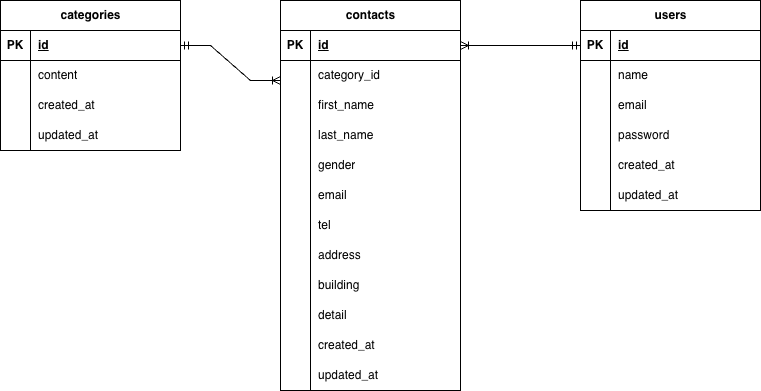
Earlier version of the draw.io export docs/index.drawio.png (S-Uchiyama/test_contact-form). Source tidied: cells renumbered, new cells last; positions are measured from the earlier drawing's top-left corner, leaving out a move shared by most shapes. The source it was exported from:
```xml
<mxGraphModel>
  <root>
    <mxCell id="0" />
    <mxCell id="1" parent="0" />
    <mxCell id="2" value="contacts" style="shape=table;startSize=30;rowLines=0;fontStyle=1;align=center;html=1;" parent="1" vertex="1">
      <mxGeometry x="280" width="180" height="390" as="geometry" />
    </mxCell>
    <mxCell id="3" style="shape=tableRow;horizontal=0;startSize=0;swimlaneHead=0;swimlaneBody=0;fillColor=none;points=[[0,0.5],[1,0.5]];portConstraint=eastwest;top=0;left=0;right=0;bottom=1;" parent="2" vertex="1">
      <mxGeometry y="30" width="180" height="30" as="geometry" />
    </mxCell>
    <mxCell id="4" value="PK" style="shape=partialRectangle;fillColor=none;top=0;left=0;bottom=0;right=0;fontStyle=1;overflow=hidden;whiteSpace=wrap;html=1;" parent="3" vertex="1">
      <mxGeometry width="30" height="30" as="geometry" />
    </mxCell>
    <mxCell id="5" value="id" style="shape=partialRectangle;fillColor=none;top=0;left=0;bottom=0;right=0;align=left;spacingLeft=6;fontStyle=5;overflow=hidden;whiteSpace=wrap;html=1;" parent="3" vertex="1">
      <mxGeometry x="30" width="150" height="30" as="geometry" />
    </mxCell>
    <mxCell id="6" style="shape=tableRow;horizontal=0;startSize=0;swimlaneHead=0;swimlaneBody=0;fillColor=none;top=0;left=0;right=0;bottom=0;" parent="2" vertex="1">
      <mxGeometry y="60" width="180" height="30" as="geometry" />
    </mxCell>
    <mxCell id="7" style="shape=partialRectangle;fillColor=none;top=0;left=0;bottom=0;right=0;overflow=hidden;whiteSpace=wrap;html=1;" parent="6" vertex="1">
      <mxGeometry width="30" height="30" as="geometry" />
    </mxCell>
    <mxCell id="8" value="category_id" style="shape=partialRectangle;fillColor=none;top=0;left=0;bottom=0;right=0;align=left;spacingLeft=6;overflow=hidden;whiteSpace=wrap;html=1;" parent="6" vertex="1">
      <mxGeometry x="30" width="150" height="30" as="geometry" />
    </mxCell>
    <mxCell id="9" style="shape=tableRow;horizontal=0;startSize=0;swimlaneHead=0;swimlaneBody=0;fillColor=none;top=0;left=0;right=0;bottom=0;" parent="2" vertex="1">
      <mxGeometry y="90" width="180" height="30" as="geometry" />
    </mxCell>
    <mxCell id="10" style="shape=partialRectangle;fillColor=none;top=0;left=0;bottom=0;right=0;overflow=hidden;whiteSpace=wrap;html=1;" parent="9" vertex="1">
      <mxGeometry width="30" height="30" as="geometry" />
    </mxCell>
    <mxCell id="11" value="first_name" style="shape=partialRectangle;fillColor=none;top=0;left=0;bottom=0;right=0;align=left;spacingLeft=6;overflow=hidden;whiteSpace=wrap;html=1;" parent="9" vertex="1">
      <mxGeometry x="30" width="150" height="30" as="geometry" />
    </mxCell>
    <mxCell id="12" style="shape=tableRow;horizontal=0;startSize=0;swimlaneHead=0;swimlaneBody=0;fillColor=none;top=0;left=0;right=0;bottom=0;" parent="2" vertex="1">
      <mxGeometry y="120" width="180" height="30" as="geometry" />
    </mxCell>
    <mxCell id="13" style="shape=partialRectangle;fillColor=none;top=0;left=0;bottom=0;right=0;overflow=hidden;whiteSpace=wrap;html=1;" parent="12" vertex="1">
      <mxGeometry width="30" height="30" as="geometry" />
    </mxCell>
    <mxCell id="14" value="last_name" style="shape=partialRectangle;fillColor=none;top=0;left=0;bottom=0;right=0;align=left;spacingLeft=6;overflow=hidden;whiteSpace=wrap;html=1;" parent="12" vertex="1">
      <mxGeometry x="30" width="150" height="30" as="geometry" />
    </mxCell>
    <mxCell id="15" style="shape=tableRow;horizontal=0;startSize=0;swimlaneHead=0;swimlaneBody=0;fillColor=none;top=0;left=0;right=0;bottom=0;" parent="2" vertex="1">
      <mxGeometry y="150" width="180" height="30" as="geometry" />
    </mxCell>
    <mxCell id="16" style="shape=partialRectangle;fillColor=none;top=0;left=0;bottom=0;right=0;overflow=hidden;whiteSpace=wrap;html=1;" parent="15" vertex="1">
      <mxGeometry width="30" height="30" as="geometry" />
    </mxCell>
    <mxCell id="17" value="gender" style="shape=partialRectangle;fillColor=none;top=0;left=0;bottom=0;right=0;align=left;spacingLeft=6;overflow=hidden;whiteSpace=wrap;html=1;" parent="15" vertex="1">
      <mxGeometry x="30" width="150" height="30" as="geometry" />
    </mxCell>
    <mxCell id="18" style="shape=tableRow;horizontal=0;startSize=0;swimlaneHead=0;swimlaneBody=0;fillColor=none;top=0;left=0;right=0;bottom=0;" parent="2" vertex="1">
      <mxGeometry y="180" width="180" height="30" as="geometry" />
    </mxCell>
    <mxCell id="19" style="shape=partialRectangle;fillColor=none;top=0;left=0;bottom=0;right=0;overflow=hidden;whiteSpace=wrap;html=1;" parent="18" vertex="1">
      <mxGeometry width="30" height="30" as="geometry" />
    </mxCell>
    <mxCell id="20" value="email" style="shape=partialRectangle;fillColor=none;top=0;left=0;bottom=0;right=0;align=left;spacingLeft=6;overflow=hidden;whiteSpace=wrap;html=1;" parent="18" vertex="1">
      <mxGeometry x="30" width="150" height="30" as="geometry" />
    </mxCell>
    <mxCell id="21" style="shape=tableRow;horizontal=0;startSize=0;swimlaneHead=0;swimlaneBody=0;fillColor=none;top=0;left=0;right=0;bottom=0;" parent="2" vertex="1">
      <mxGeometry y="210" width="180" height="30" as="geometry" />
    </mxCell>
    <mxCell id="22" style="shape=partialRectangle;fillColor=none;top=0;left=0;bottom=0;right=0;overflow=hidden;whiteSpace=wrap;html=1;" parent="21" vertex="1">
      <mxGeometry width="30" height="30" as="geometry" />
    </mxCell>
    <mxCell id="23" value="tel" style="shape=partialRectangle;fillColor=none;top=0;left=0;bottom=0;right=0;align=left;spacingLeft=6;overflow=hidden;whiteSpace=wrap;html=1;" parent="21" vertex="1">
      <mxGeometry x="30" width="150" height="30" as="geometry" />
    </mxCell>
    <mxCell id="24" style="shape=tableRow;horizontal=0;startSize=0;swimlaneHead=0;swimlaneBody=0;fillColor=none;top=0;left=0;right=0;bottom=0;" parent="2" vertex="1">
      <mxGeometry y="240" width="180" height="30" as="geometry" />
    </mxCell>
    <mxCell id="25" style="shape=partialRectangle;fillColor=none;top=0;left=0;bottom=0;right=0;overflow=hidden;whiteSpace=wrap;html=1;" parent="24" vertex="1">
      <mxGeometry width="30" height="30" as="geometry" />
    </mxCell>
    <mxCell id="26" value="address" style="shape=partialRectangle;fillColor=none;top=0;left=0;bottom=0;right=0;align=left;spacingLeft=6;overflow=hidden;whiteSpace=wrap;html=1;" parent="24" vertex="1">
      <mxGeometry x="30" width="150" height="30" as="geometry" />
    </mxCell>
    <mxCell id="27" style="shape=tableRow;horizontal=0;startSize=0;swimlaneHead=0;swimlaneBody=0;fillColor=none;top=0;left=0;right=0;bottom=0;" parent="2" vertex="1">
      <mxGeometry y="270" width="180" height="30" as="geometry" />
    </mxCell>
    <mxCell id="28" style="shape=partialRectangle;fillColor=none;top=0;left=0;bottom=0;right=0;overflow=hidden;whiteSpace=wrap;html=1;" parent="27" vertex="1">
      <mxGeometry width="30" height="30" as="geometry" />
    </mxCell>
    <mxCell id="29" value="building" style="shape=partialRectangle;fillColor=none;top=0;left=0;bottom=0;right=0;align=left;spacingLeft=6;overflow=hidden;whiteSpace=wrap;html=1;" parent="27" vertex="1">
      <mxGeometry x="30" width="150" height="30" as="geometry" />
    </mxCell>
    <mxCell id="30" style="shape=tableRow;horizontal=0;startSize=0;swimlaneHead=0;swimlaneBody=0;fillColor=none;top=0;left=0;right=0;bottom=0;" parent="2" vertex="1">
      <mxGeometry y="300" width="180" height="30" as="geometry" />
    </mxCell>
    <mxCell id="31" style="shape=partialRectangle;fillColor=none;top=0;left=0;bottom=0;right=0;overflow=hidden;whiteSpace=wrap;html=1;" parent="30" vertex="1">
      <mxGeometry width="30" height="30" as="geometry" />
    </mxCell>
    <mxCell id="32" value="detail" style="shape=partialRectangle;fillColor=none;top=0;left=0;bottom=0;right=0;align=left;spacingLeft=6;overflow=hidden;whiteSpace=wrap;html=1;" parent="30" vertex="1">
      <mxGeometry x="30" width="150" height="30" as="geometry" />
    </mxCell>
    <mxCell id="33" style="shape=tableRow;horizontal=0;startSize=0;swimlaneHead=0;swimlaneBody=0;fillColor=none;top=0;left=0;right=0;bottom=0;" parent="2" vertex="1">
      <mxGeometry y="330" width="180" height="30" as="geometry" />
    </mxCell>
    <mxCell id="34" style="shape=partialRectangle;fillColor=none;top=0;left=0;bottom=0;right=0;overflow=hidden;whiteSpace=wrap;html=1;" parent="33" vertex="1">
      <mxGeometry width="30" height="30" as="geometry" />
    </mxCell>
    <mxCell id="35" value="created_at" style="shape=partialRectangle;fillColor=none;top=0;left=0;bottom=0;right=0;align=left;spacingLeft=6;overflow=hidden;whiteSpace=wrap;html=1;" parent="33" vertex="1">
      <mxGeometry x="30" width="150" height="30" as="geometry" />
    </mxCell>
    <mxCell id="36" style="shape=tableRow;horizontal=0;startSize=0;swimlaneHead=0;swimlaneBody=0;fillColor=none;top=0;left=0;right=0;bottom=0;" parent="2" vertex="1">
      <mxGeometry y="360" width="180" height="30" as="geometry" />
    </mxCell>
    <mxCell id="37" style="shape=partialRectangle;fillColor=none;top=0;left=0;bottom=0;right=0;overflow=hidden;whiteSpace=wrap;html=1;" parent="36" vertex="1">
      <mxGeometry width="30" height="30" as="geometry" />
    </mxCell>
    <mxCell id="38" value="updated_at" style="shape=partialRectangle;fillColor=none;top=0;left=0;bottom=0;right=0;align=left;spacingLeft=6;overflow=hidden;whiteSpace=wrap;html=1;" parent="36" vertex="1">
      <mxGeometry x="30" width="150" height="30" as="geometry" />
    </mxCell>
    <mxCell id="39" value="categories" style="shape=table;startSize=30;rowLines=0;fontStyle=1;align=center;html=1;" parent="1" vertex="1">
      <mxGeometry width="180" height="150" as="geometry" />
    </mxCell>
    <mxCell id="40" style="shape=tableRow;horizontal=0;startSize=0;swimlaneHead=0;swimlaneBody=0;fillColor=none;points=[[0,0.5],[1,0.5]];portConstraint=eastwest;top=0;left=0;right=0;bottom=1;" parent="39" vertex="1">
      <mxGeometry y="30" width="180" height="30" as="geometry" />
    </mxCell>
    <mxCell id="41" value="PK" style="shape=partialRectangle;fillColor=none;top=0;left=0;bottom=0;right=0;fontStyle=1;overflow=hidden;whiteSpace=wrap;html=1;" parent="40" vertex="1">
      <mxGeometry width="30" height="30" as="geometry" />
    </mxCell>
    <mxCell id="42" value="id" style="shape=partialRectangle;fillColor=none;top=0;left=0;bottom=0;right=0;align=left;spacingLeft=6;fontStyle=5;overflow=hidden;whiteSpace=wrap;html=1;" parent="40" vertex="1">
      <mxGeometry x="30" width="150" height="30" as="geometry" />
    </mxCell>
    <mxCell id="43" style="shape=tableRow;horizontal=0;startSize=0;swimlaneHead=0;swimlaneBody=0;fillColor=none;top=0;left=0;right=0;bottom=0;" parent="39" vertex="1">
      <mxGeometry y="60" width="180" height="30" as="geometry" />
    </mxCell>
    <mxCell id="44" style="shape=partialRectangle;fillColor=none;top=0;left=0;bottom=0;right=0;overflow=hidden;whiteSpace=wrap;html=1;" parent="43" vertex="1">
      <mxGeometry width="30" height="30" as="geometry" />
    </mxCell>
    <mxCell id="45" value="content" style="shape=partialRectangle;fillColor=none;top=0;left=0;bottom=0;right=0;align=left;spacingLeft=6;overflow=hidden;whiteSpace=wrap;html=1;" parent="43" vertex="1">
      <mxGeometry x="30" width="150" height="30" as="geometry" />
    </mxCell>
    <mxCell id="46" style="shape=tableRow;horizontal=0;startSize=0;swimlaneHead=0;swimlaneBody=0;fillColor=none;top=0;left=0;right=0;bottom=0;" parent="39" vertex="1">
      <mxGeometry y="90" width="180" height="30" as="geometry" />
    </mxCell>
    <mxCell id="47" style="shape=partialRectangle;fillColor=none;top=0;left=0;bottom=0;right=0;overflow=hidden;whiteSpace=wrap;html=1;" parent="46" vertex="1">
      <mxGeometry width="30" height="30" as="geometry" />
    </mxCell>
    <mxCell id="48" value="created_at" style="shape=partialRectangle;fillColor=none;top=0;left=0;bottom=0;right=0;align=left;spacingLeft=6;overflow=hidden;whiteSpace=wrap;html=1;" parent="46" vertex="1">
      <mxGeometry x="30" width="150" height="30" as="geometry" />
    </mxCell>
    <mxCell id="49" style="shape=tableRow;horizontal=0;startSize=0;swimlaneHead=0;swimlaneBody=0;fillColor=none;top=0;left=0;right=0;bottom=0;" parent="39" vertex="1">
      <mxGeometry y="120" width="180" height="30" as="geometry" />
    </mxCell>
    <mxCell id="50" style="shape=partialRectangle;fillColor=none;top=0;left=0;bottom=0;right=0;overflow=hidden;whiteSpace=wrap;html=1;" parent="49" vertex="1">
      <mxGeometry width="30" height="30" as="geometry" />
    </mxCell>
    <mxCell id="51" value="updated_at" style="shape=partialRectangle;fillColor=none;top=0;left=0;bottom=0;right=0;align=left;spacingLeft=6;overflow=hidden;whiteSpace=wrap;html=1;" parent="49" vertex="1">
      <mxGeometry x="30" width="150" height="30" as="geometry" />
    </mxCell>
    <mxCell id="52" value="users" style="shape=table;startSize=30;rowLines=0;fontStyle=1;align=center;html=1;" parent="1" vertex="1">
      <mxGeometry x="580" width="180" height="210" as="geometry" />
    </mxCell>
    <mxCell id="53" style="shape=tableRow;horizontal=0;startSize=0;swimlaneHead=0;swimlaneBody=0;fillColor=none;points=[[0,0.5],[1,0.5]];portConstraint=eastwest;top=0;left=0;right=0;bottom=1;" parent="52" vertex="1">
      <mxGeometry y="30" width="180" height="30" as="geometry" />
    </mxCell>
    <mxCell id="54" value="PK" style="shape=partialRectangle;fillColor=none;top=0;left=0;bottom=0;right=0;fontStyle=1;overflow=hidden;whiteSpace=wrap;html=1;" parent="53" vertex="1">
      <mxGeometry width="30" height="30" as="geometry" />
    </mxCell>
    <mxCell id="55" value="id" style="shape=partialRectangle;fillColor=none;top=0;left=0;bottom=0;right=0;align=left;spacingLeft=6;fontStyle=5;overflow=hidden;whiteSpace=wrap;html=1;" parent="53" vertex="1">
      <mxGeometry x="30" width="150" height="30" as="geometry" />
    </mxCell>
    <mxCell id="56" style="shape=tableRow;horizontal=0;startSize=0;swimlaneHead=0;swimlaneBody=0;fillColor=none;top=0;left=0;right=0;bottom=0;" parent="52" vertex="1">
      <mxGeometry y="60" width="180" height="30" as="geometry" />
    </mxCell>
    <mxCell id="57" style="shape=partialRectangle;fillColor=none;top=0;left=0;bottom=0;right=0;overflow=hidden;whiteSpace=wrap;html=1;" parent="56" vertex="1">
      <mxGeometry width="30" height="30" as="geometry" />
    </mxCell>
    <mxCell id="58" value="name" style="shape=partialRectangle;fillColor=none;top=0;left=0;bottom=0;right=0;align=left;spacingLeft=6;overflow=hidden;whiteSpace=wrap;html=1;" parent="56" vertex="1">
      <mxGeometry x="30" width="150" height="30" as="geometry" />
    </mxCell>
    <mxCell id="59" style="shape=tableRow;horizontal=0;startSize=0;swimlaneHead=0;swimlaneBody=0;fillColor=none;top=0;left=0;right=0;bottom=0;" parent="52" vertex="1">
      <mxGeometry y="90" width="180" height="30" as="geometry" />
    </mxCell>
    <mxCell id="60" style="shape=partialRectangle;fillColor=none;top=0;left=0;bottom=0;right=0;overflow=hidden;whiteSpace=wrap;html=1;" parent="59" vertex="1">
      <mxGeometry width="30" height="30" as="geometry" />
    </mxCell>
    <mxCell id="61" value="email" style="shape=partialRectangle;fillColor=none;top=0;left=0;bottom=0;right=0;align=left;spacingLeft=6;overflow=hidden;whiteSpace=wrap;html=1;" parent="59" vertex="1">
      <mxGeometry x="30" width="150" height="30" as="geometry" />
    </mxCell>
    <mxCell id="62" style="shape=tableRow;horizontal=0;startSize=0;swimlaneHead=0;swimlaneBody=0;fillColor=none;top=0;left=0;right=0;bottom=0;" parent="52" vertex="1">
      <mxGeometry y="120" width="180" height="30" as="geometry" />
    </mxCell>
    <mxCell id="63" style="shape=partialRectangle;fillColor=none;top=0;left=0;bottom=0;right=0;overflow=hidden;whiteSpace=wrap;html=1;" parent="62" vertex="1">
      <mxGeometry width="30" height="30" as="geometry" />
    </mxCell>
    <mxCell id="64" value="password" style="shape=partialRectangle;fillColor=none;top=0;left=0;bottom=0;right=0;align=left;spacingLeft=6;overflow=hidden;whiteSpace=wrap;html=1;" parent="62" vertex="1">
      <mxGeometry x="30" width="150" height="30" as="geometry" />
    </mxCell>
    <mxCell id="65" style="shape=tableRow;horizontal=0;startSize=0;swimlaneHead=0;swimlaneBody=0;fillColor=none;top=0;left=0;right=0;bottom=0;" parent="52" vertex="1">
      <mxGeometry y="150" width="180" height="30" as="geometry" />
    </mxCell>
    <mxCell id="66" style="shape=partialRectangle;fillColor=none;top=0;left=0;bottom=0;right=0;overflow=hidden;whiteSpace=wrap;html=1;" parent="65" vertex="1">
      <mxGeometry width="30" height="30" as="geometry" />
    </mxCell>
    <mxCell id="67" value="created_at" style="shape=partialRectangle;fillColor=none;top=0;left=0;bottom=0;right=0;align=left;spacingLeft=6;overflow=hidden;whiteSpace=wrap;html=1;" parent="65" vertex="1">
      <mxGeometry x="30" width="150" height="30" as="geometry" />
    </mxCell>
    <mxCell id="68" style="shape=tableRow;horizontal=0;startSize=0;swimlaneHead=0;swimlaneBody=0;fillColor=none;top=0;left=0;right=0;bottom=0;" parent="52" vertex="1">
      <mxGeometry y="180" width="180" height="30" as="geometry" />
    </mxCell>
    <mxCell id="69" style="shape=partialRectangle;fillColor=none;top=0;left=0;bottom=0;right=0;overflow=hidden;whiteSpace=wrap;html=1;" parent="68" vertex="1">
      <mxGeometry width="30" height="30" as="geometry" />
    </mxCell>
    <mxCell id="70" value="updated_at" style="shape=partialRectangle;fillColor=none;top=0;left=0;bottom=0;right=0;align=left;spacingLeft=6;overflow=hidden;whiteSpace=wrap;html=1;" parent="68" vertex="1">
      <mxGeometry x="30" width="150" height="30" as="geometry" />
    </mxCell>
    <mxCell id="71" style="edgeStyle=entityRelationEdgeStyle;fontSize=12;html=1;endArrow=ERoneToMany;startArrow=ERmandOne;rounded=0;entryX=1;entryY=0.5;entryDx=0;entryDy=0;exitX=0;exitY=0.5;exitDx=0;exitDy=0;" parent="1" edge="1" source="53" target="3">
      <mxGeometry relative="1" as="geometry" />
    </mxCell>
    <mxCell id="72" style="edgeStyle=entityRelationEdgeStyle;fontSize=12;html=1;endArrow=ERoneToMany;startArrow=ERmandOne;rounded=0;exitX=1;exitY=0.5;exitDx=0;exitDy=0;" parent="1" edge="1" source="40">
      <mxGeometry relative="1" as="geometry">
        <mxPoint x="280" y="80" as="targetPoint" />
      </mxGeometry>
    </mxCell>
  </root>
</mxGraphModel>
```
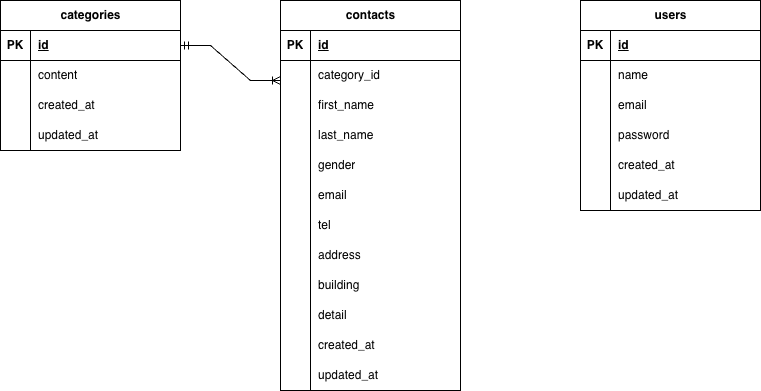
The same file after the commit.

What changed in the source:
```diff
@@ -209,9 +209,6 @@
     <mxCell id="70" value="updated_at" style="shape=partialRectangle;fillColor=none;top=0;left=0;bottom=0;right=0;align=left;spacingLeft=6;overflow=hidden;whiteSpace=wrap;html=1;" parent="68" vertex="1">
       <mxGeometry x="30" width="150" height="30" as="geometry" />
     </mxCell>
-    <mxCell id="71" style="edgeStyle=entityRelationEdgeStyle;fontSize=12;html=1;endArrow=ERoneToMany;startArrow=ERmandOne;rounded=0;entryX=1;entryY=0.5;entryDx=0;entryDy=0;exitX=0;exitY=0.5;exitDx=0;exitDy=0;" parent="1" edge="1" source="53" target="3">
-      <mxGeometry relative="1" as="geometry" />
-    </mxCell>
     <mxCell id="72" style="edgeStyle=entityRelationEdgeStyle;fontSize=12;html=1;endArrow=ERoneToMany;startArrow=ERmandOne;rounded=0;exitX=1;exitY=0.5;exitDx=0;exitDy=0;" parent="1" edge="1" source="40">
       <mxGeometry relative="1" as="geometry">
         <mxPoint x="280" y="80" as="targetPoint" />
```
